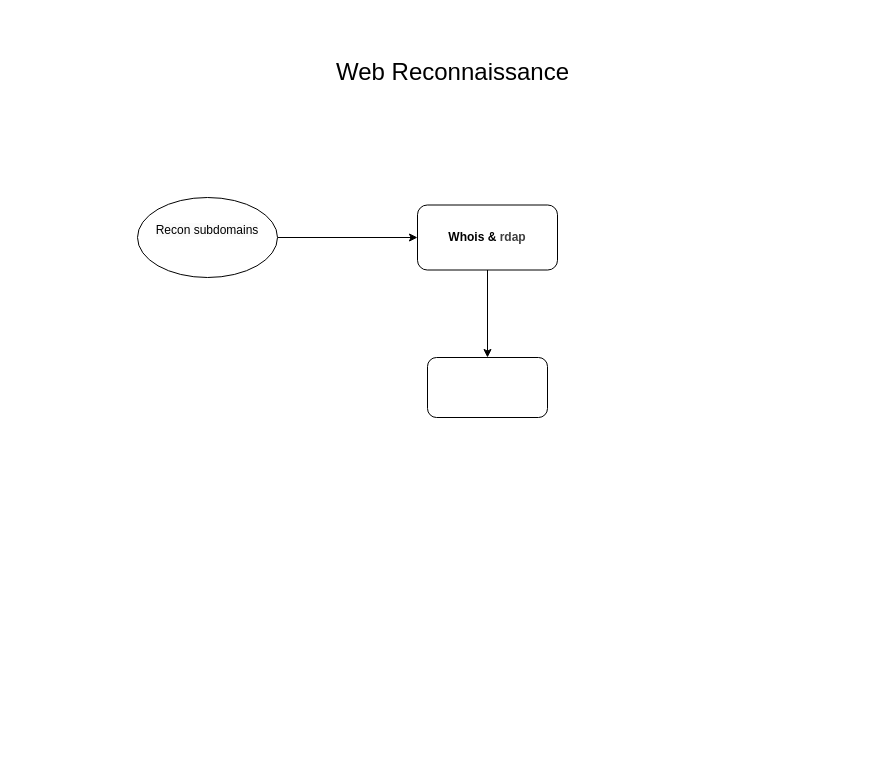
This is page "Subdomians Enum" (2 of 2) of Workflows/Recon.drawio from PhilopaterSh/Argus-Digilians, a draw.io file, before an edit. Source tidied: cells renumbered, new cells numbered last; positions are measured from the earlier drawing's top-left corner, leaving out a move shared by most shapes. Both pictures are drawn from the tidied source at 100%, with x=0, y=0 at pixel (137, 37).
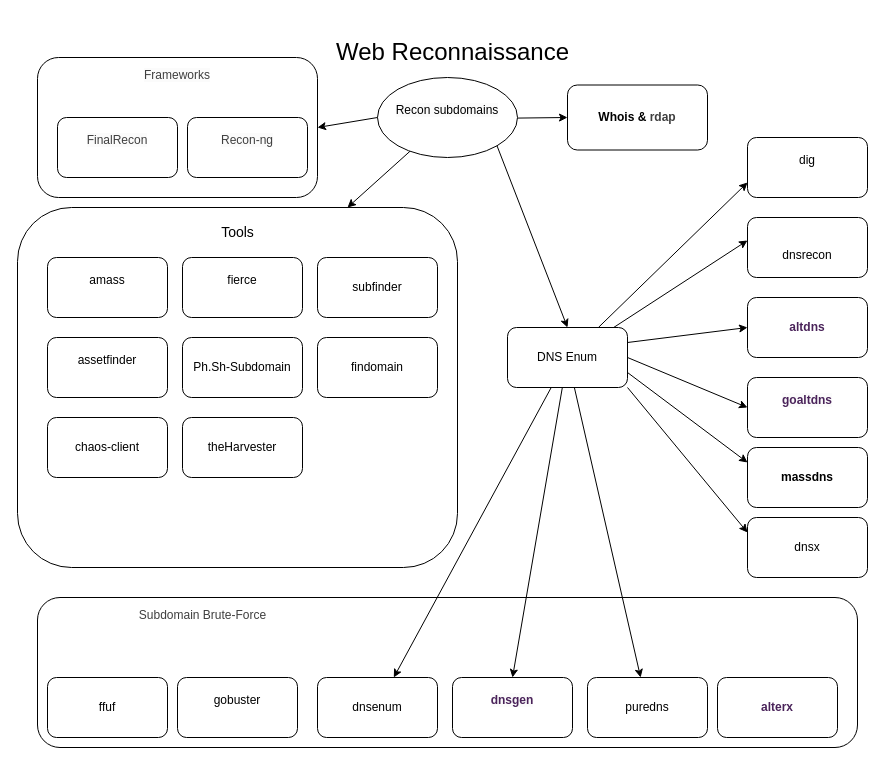
The same diagram, later.

The edit, as a diff of the source:
```diff
@@
+    <mxCell id="8" style="rounded=1;whiteSpace=wrap;html=1;" parent="1" vertex="1">
+      <mxGeometry x="-100" y="20" width="280" height="140" as="geometry" />
+    </mxCell>
+    <mxCell id="9" style="rounded=1;whiteSpace=wrap;html=1;" parent="1" vertex="1">
+      <mxGeometry x="-100" y="560" width="820" height="150" as="geometry" />
+    </mxCell>
+    <mxCell id="10" value="&#10;&lt;p&gt;gobuster&lt;/p&gt;&#10;&#10;" style="rounded=1;whiteSpace=wrap;html=1;" parent="1" vertex="1">
+      <mxGeometry x="40" y="640" width="120" height="60" as="geometry" />
+    </mxCell>
+    <mxCell id="11" style="rounded=1;whiteSpace=wrap;html=1;" parent="1" vertex="1">
+      <mxGeometry x="-120" y="170" width="440" height="360" as="geometry" />
+    </mxCell>
@@
+    <mxCell id="12" style="edgeStyle=none;html=1;entryX=0.75;entryY=0;entryDx=0;entryDy=0;" parent="1" edge="1" source="3" target="11">
+      <mxGeometry relative="1" as="geometry" />
+    </mxCell>
     <mxCell id="3" value="&#10;&lt;span style=&quot;color: rgb(0, 0, 0); font-family: Helvetica; font-size: 12px; font-style: normal; font-variant-ligatures: normal; font-variant-caps: normal; font-weight: 400; letter-spacing: normal; orphans: 2; text-align: center; text-indent: 0px; text-transform: none; widows: 2; word-spacing: 0px; -webkit-text-stroke-width: 0px; white-space: normal; background-color: rgb(251, 251, 251); text-decoration-thickness: initial; text-decoration-style: initial; text-decoration-color: initial; display: inline !important; float: none;&quot;&gt;Recon subdomains&lt;/span&gt;&#10;&#10;" style="ellipse;whiteSpace=wrap;html=1;" parent="1" vertex="1">
-      <mxGeometry y="160" width="140" height="80" as="geometry" />
+      <mxGeometry x="240" y="40" width="140" height="80" as="geometry" />
     </mxCell>
-    <mxCell id="4" style="edgeStyle=none;html=1;entryX=0.5;entryY=0;entryDx=0;entryDy=0;" parent="1" edge="1" source="5" target="6">
+    <mxCell id="4" style="edgeStyle=none;html=1;entryX=0.5;entryY=0;entryDx=0;entryDy=0;exitX=1;exitY=1;exitDx=0;exitDy=0;" parent="1" edge="1" source="3" target="6">
       <mxGeometry relative="1" as="geometry" />
     </mxCell>
     <mxCell id="5" value="&lt;font style=&quot;font-size: 12px;&quot;&gt;&lt;b&gt;Whois &amp;amp;&amp;nbsp;&lt;/b&gt;&lt;b style=&quot;color: rgb(63, 63, 63); background-color: transparent;&quot;&gt;rdap&lt;/b&gt;&lt;/font&gt;" style="rounded=1;whiteSpace=wrap;html=1;" parent="1" vertex="1">
-      <mxGeometry x="280" y="167.5" width="140" height="65" as="geometry" />
+      <mxGeometry x="430" y="47.5" width="140" height="65" as="geometry" />
     </mxCell>
+    <mxCell id="13" style="edgeStyle=none;html=1;" parent="1" edge="1" source="6" target="22">
+      <mxGeometry relative="1" as="geometry" />
+    </mxCell>
+    <mxCell id="14" style="edgeStyle=none;html=1;entryX=0;entryY=0.383;entryDx=0;entryDy=0;entryPerimeter=0;" parent="1" edge="1" source="6" target="23">
+      <mxGeometry relative="1" as="geometry" />
+    </mxCell>
+    <mxCell id="15" style="edgeStyle=none;html=1;" parent="1" edge="1" source="6" target="24">
+      <mxGeometry relative="1" as="geometry" />
+    </mxCell>
+    <mxCell id="16" style="edgeStyle=none;html=1;entryX=0;entryY=0.75;entryDx=0;entryDy=0;" parent="1" edge="1" source="6" target="28">
+      <mxGeometry relative="1" as="geometry" />
+    </mxCell>
+    <mxCell id="17" style="edgeStyle=none;html=1;entryX=0.5;entryY=0;entryDx=0;entryDy=0;" parent="1" edge="1" source="6" target="37">
+      <mxGeometry relative="1" as="geometry" />
+    </mxCell>
+    <mxCell id="18" style="edgeStyle=none;html=1;exitX=1;exitY=0.25;exitDx=0;exitDy=0;entryX=0;entryY=0.5;entryDx=0;entryDy=0;" parent="1" edge="1" source="6" target="38">
+      <mxGeometry relative="1" as="geometry" />
+    </mxCell>
+    <mxCell id="19" style="edgeStyle=none;html=1;exitX=1;exitY=0.5;exitDx=0;exitDy=0;entryX=0;entryY=0.5;entryDx=0;entryDy=0;" parent="1" edge="1" source="6" target="39">
+      <mxGeometry relative="1" as="geometry" />
+    </mxCell>
+    <mxCell id="20" style="edgeStyle=none;html=1;exitX=1;exitY=0.75;exitDx=0;exitDy=0;entryX=0;entryY=0.25;entryDx=0;entryDy=0;" parent="1" edge="1" source="6" target="40">
+      <mxGeometry relative="1" as="geometry" />
+    </mxCell>
+    <mxCell id="21" style="edgeStyle=none;html=1;exitX=1;exitY=1;exitDx=0;exitDy=0;entryX=0;entryY=0.25;entryDx=0;entryDy=0;" parent="1" edge="1" source="6" target="41">
+      <mxGeometry relative="1" as="geometry" />
+    </mxCell>
-    <mxCell id="6" style="rounded=1;whiteSpace=wrap;html=1;sketch=0;" parent="1" vertex="1">
-      <mxGeometry x="290" y="320" width="120" height="60" as="geometry" />
+    <mxCell id="6" value="&lt;p&gt;DNS Enum&lt;/p&gt;" style="rounded=1;whiteSpace=wrap;html=1;sketch=0;" parent="1" vertex="1">
+      <mxGeometry x="370" y="290" width="120" height="60" as="geometry" />
     </mxCell>
     <mxCell id="7" value="&lt;h1&gt;&lt;span style=&quot;font-weight: normal;&quot;&gt;Web Reconnaissance&lt;/span&gt;&lt;/h1&gt;" style="text;html=1;align=center;verticalAlign=middle;strokeColor=none;fillColor=none;" parent="1" vertex="1">
-      <mxGeometry x="185" width="260" height="70" as="geometry" />
+      <mxGeometry x="185" y="-20" width="260" height="70" as="geometry" />
     </mxCell>
+    <mxCell id="22" value="&lt;p&gt;dnsenum&lt;/p&gt;" style="rounded=1;whiteSpace=wrap;html=1;" parent="1" vertex="1">
+      <mxGeometry x="180" y="640" width="120" height="60" as="geometry" />
+    </mxCell>
+    <mxCell id="23" value="&lt;br&gt;&lt;p&gt;&lt;/p&gt;&lt;p&gt;dnsrecon&lt;/p&gt;" style="rounded=1;whiteSpace=wrap;html=1;sketch=0;" parent="1" vertex="1">
+      <mxGeometry x="610" y="180" width="120" height="60" as="geometry" />
+    </mxCell>
+    <mxCell id="24" value="&lt;p&gt;puredns&lt;/p&gt;" style="whiteSpace=wrap;html=1;rounded=1;sketch=0;" parent="1" vertex="1">
+      <mxGeometry x="450" y="640" width="120" height="60" as="geometry" />
+    </mxCell>
+    <mxCell id="25" value="&#10;&lt;p&gt;fierce&lt;/p&gt;&#10;&#10;" style="rounded=1;whiteSpace=wrap;html=1;" parent="1" vertex="1">
+      <mxGeometry x="45" y="220" width="120" height="60" as="geometry" />
+    </mxCell>
+    <mxCell id="26" value="&#10;&lt;p&gt;amass&lt;/p&gt;&#10;&#10;" style="rounded=1;whiteSpace=wrap;html=1;" parent="1" vertex="1">
+      <mxGeometry x="-90" y="220" width="120" height="60" as="geometry" />
+    </mxCell>
+    <mxCell id="27" value="&#10;&lt;p&gt;assetfinder&lt;/p&gt;&#10;&#10;" style="rounded=1;whiteSpace=wrap;html=1;" parent="1" vertex="1">
+      <mxGeometry x="-90" y="300" width="120" height="60" as="geometry" />
+    </mxCell>
+    <mxCell id="28" value="&#10;&lt;p&gt;dig&lt;/p&gt;&#10;&#10;" style="whiteSpace=wrap;html=1;rounded=1;sketch=0;" parent="1" vertex="1">
+      <mxGeometry x="610" y="100" width="120" height="60" as="geometry" />
+    </mxCell>
+    <mxCell id="29" value="&lt;font style=&quot;font-size: 14px;&quot;&gt;Tools&lt;/font&gt;" style="text;html=1;align=center;verticalAlign=middle;strokeColor=none;fillColor=none;" parent="1" vertex="1">
+      <mxGeometry x="70" y="180" width="60" height="30" as="geometry" />
+    </mxCell>
+    <mxCell id="30" value="&lt;span style=&quot;color: rgb(63, 63, 63);&quot;&gt;Subdomain Brute-Force&lt;/span&gt;&lt;div&gt;&lt;span style=&quot;color: rgb(63, 63, 63);&quot;&gt;&lt;br&gt;&lt;/span&gt;&lt;/div&gt;" style="text;html=1;align=center;verticalAlign=middle;whiteSpace=wrap;rounded=0;" parent="1" vertex="1">
+      <mxGeometry x="-2.5" y="570" width="135" height="30" as="geometry" />
+    </mxCell>
+    <mxCell id="31" value="ffuf" style="rounded=1;whiteSpace=wrap;html=1;" parent="1" vertex="1">
+      <mxGeometry x="-90" y="640" width="120" height="60" as="geometry" />
+    </mxCell>
+    <mxCell id="32" value="Ph.Sh-Subdomain" style="rounded=1;whiteSpace=wrap;html=1;" parent="1" vertex="1">
+      <mxGeometry x="45" y="300" width="120" height="60" as="geometry" />
+    </mxCell>
+    <mxCell id="33" value="subfinder" style="rounded=1;whiteSpace=wrap;html=1;" parent="1" vertex="1">
+      <mxGeometry x="180" y="220" width="120" height="60" as="geometry" />
+    </mxCell>
+    <mxCell id="34" value="findomain" style="rounded=1;whiteSpace=wrap;html=1;" parent="1" vertex="1">
+      <mxGeometry x="180" y="300" width="120" height="60" as="geometry" />
+    </mxCell>
+    <mxCell id="35" value="chaos-client" style="rounded=1;whiteSpace=wrap;html=1;" parent="1" vertex="1">
+      <mxGeometry x="-90" y="380" width="120" height="60" as="geometry" />
+    </mxCell>
+    <mxCell id="36" value="&lt;span style=&quot;color: rgb(74, 35, 90); font-weight: 700;&quot;&gt;alterx&lt;/span&gt;" style="rounded=1;whiteSpace=wrap;html=1;" parent="1" vertex="1">
+      <mxGeometry x="580" y="640" width="120" height="60" as="geometry" />
+    </mxCell>
+    <mxCell id="37" value="&#10;&lt;span style=&quot;color: rgb(74, 35, 90); font-family: Helvetica; font-size: 12px; font-style: normal; font-variant-ligatures: normal; font-variant-caps: normal; font-weight: 700; letter-spacing: normal; orphans: 2; text-align: center; text-indent: 0px; text-transform: none; widows: 2; word-spacing: 0px; -webkit-text-stroke-width: 0px; white-space: normal; background-color: rgb(251, 251, 251); text-decoration-thickness: initial; text-decoration-style: initial; text-decoration-color: initial; display: inline !important; float: none;&quot;&gt;dnsgen&lt;/span&gt;&#10;&#10;" style="rounded=1;whiteSpace=wrap;html=1;" parent="1" vertex="1">
+      <mxGeometry x="315" y="640" width="120" height="60" as="geometry" />
+    </mxCell>
+    <mxCell id="38" value="&lt;span style=&quot;color: rgb(74, 35, 90); font-weight: 700;&quot;&gt;altdns&lt;/span&gt;" style="rounded=1;whiteSpace=wrap;html=1;" parent="1" vertex="1">
+      <mxGeometry x="610" y="260" width="120" height="60" as="geometry" />
+    </mxCell>
+    <mxCell id="39" value="&#10;&lt;span style=&quot;color: rgb(74, 35, 90); font-family: Helvetica; font-size: 12px; font-style: normal; font-variant-ligatures: normal; font-variant-caps: normal; font-weight: 700; letter-spacing: normal; orphans: 2; text-align: center; text-indent: 0px; text-transform: none; widows: 2; word-spacing: 0px; -webkit-text-stroke-width: 0px; white-space: normal; background-color: rgb(251, 251, 251); text-decoration-thickness: initial; text-decoration-style: initial; text-decoration-color: initial; display: inline !important; float: none;&quot;&gt;goaltdns&lt;/span&gt;&#10;&#10;" style="rounded=1;whiteSpace=wrap;html=1;" parent="1" vertex="1">
+      <mxGeometry x="610" y="340" width="120" height="60" as="geometry" />
+    </mxCell>
+    <mxCell id="40" value="&lt;span style=&quot;font-weight: 700; color: rgb(125, 76, 0);&quot;&gt;&lt;font color=&quot;#000000&quot;&gt;massdns&lt;/font&gt;&lt;/span&gt;" style="rounded=1;whiteSpace=wrap;html=1;" parent="1" vertex="1">
+      <mxGeometry x="610" y="410" width="120" height="60" as="geometry" />
+    </mxCell>
+    <mxCell id="41" value="dnsx" style="rounded=1;whiteSpace=wrap;html=1;" parent="1" vertex="1">
+      <mxGeometry x="610" y="480" width="120" height="60" as="geometry" />
+    </mxCell>
+    <mxCell id="42" value="&lt;p&gt;theHarvester&lt;/p&gt;" style="rounded=1;whiteSpace=wrap;html=1;" parent="1" vertex="1">
+      <mxGeometry x="45" y="380" width="120" height="60" as="geometry" />
+    </mxCell>
+    <mxCell id="43" style="edgeStyle=none;html=1;exitX=0;exitY=0.5;exitDx=0;exitDy=0;entryX=1;entryY=0.5;entryDx=0;entryDy=0;" parent="1" edge="1" source="3" target="8">
+      <mxGeometry relative="1" as="geometry" />
+    </mxCell>
+    <mxCell id="44" value="&#10;&lt;span style=&quot;color: rgb(63, 63, 63); font-family: Helvetica; font-size: 12px; font-style: normal; font-variant-ligatures: normal; font-variant-caps: normal; font-weight: 400; letter-spacing: normal; orphans: 2; text-align: left; text-indent: 0px; text-transform: none; widows: 2; word-spacing: 0px; -webkit-text-stroke-width: 0px; white-space: normal; background-color: rgb(251, 251, 251); text-decoration-thickness: initial; text-decoration-style: initial; text-decoration-color: initial; display: inline !important; float: none;&quot;&gt;Recon-ng&lt;/span&gt;&#10;&#10;" style="rounded=1;whiteSpace=wrap;html=1;" parent="1" vertex="1">
+      <mxGeometry x="50" y="80" width="120" height="60" as="geometry" />
+    </mxCell>
+    <mxCell id="45" value="&#10;&lt;span style=&quot;color: rgb(63, 63, 63); font-family: Helvetica; font-size: 12px; font-style: normal; font-variant-ligatures: normal; font-variant-caps: normal; font-weight: 400; letter-spacing: normal; orphans: 2; text-align: left; text-indent: 0px; text-transform: none; widows: 2; word-spacing: 0px; -webkit-text-stroke-width: 0px; white-space: normal; background-color: rgb(251, 251, 251); text-decoration-thickness: initial; text-decoration-style: initial; text-decoration-color: initial; display: inline !important; float: none;&quot;&gt;FinalRecon&lt;/span&gt;&#10;&#10;" style="rounded=1;whiteSpace=wrap;html=1;" parent="1" vertex="1">
+      <mxGeometry x="-80" y="80" width="120" height="60" as="geometry" />
+    </mxCell>
+    <mxCell id="46" value="&#10;&lt;span style=&quot;color: rgb(63, 63, 63); font-family: Helvetica; font-size: 12px; font-style: normal; font-variant-ligatures: normal; font-variant-caps: normal; font-weight: 400; letter-spacing: normal; orphans: 2; text-align: center; text-indent: 0px; text-transform: none; widows: 2; word-spacing: 0px; -webkit-text-stroke-width: 0px; white-space: normal; background-color: rgb(251, 251, 251); text-decoration-thickness: initial; text-decoration-style: initial; text-decoration-color: initial; display: inline !important; float: none;&quot;&gt;Frameworks&lt;/span&gt;&#10;&#10;" style="text;html=1;align=center;verticalAlign=middle;whiteSpace=wrap;rounded=0;" parent="1" vertex="1">
+      <mxGeometry x="10" y="30" width="60" height="30" as="geometry" />
+    </mxCell>
```
